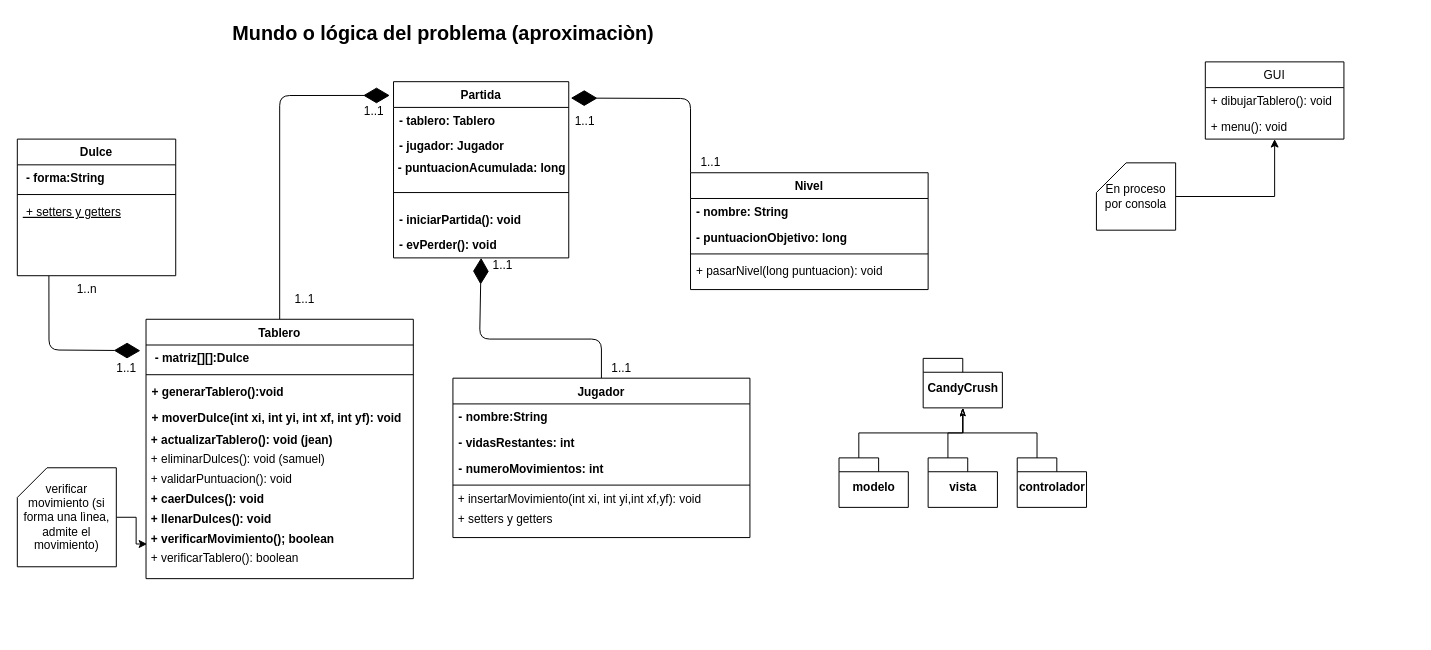
The draw.io diagram Model/CandyCrush.drawio in JeanCarlos911/candy-crush, before the edit. Source tidied: cells renumbered, new cells numbered last; positions are measured from the earlier drawing's top-left corner, leaving out a move shared by most shapes. Both pictures are drawn from the tidied source at 99%, with x=0, y=0 at pixel (17, 22).
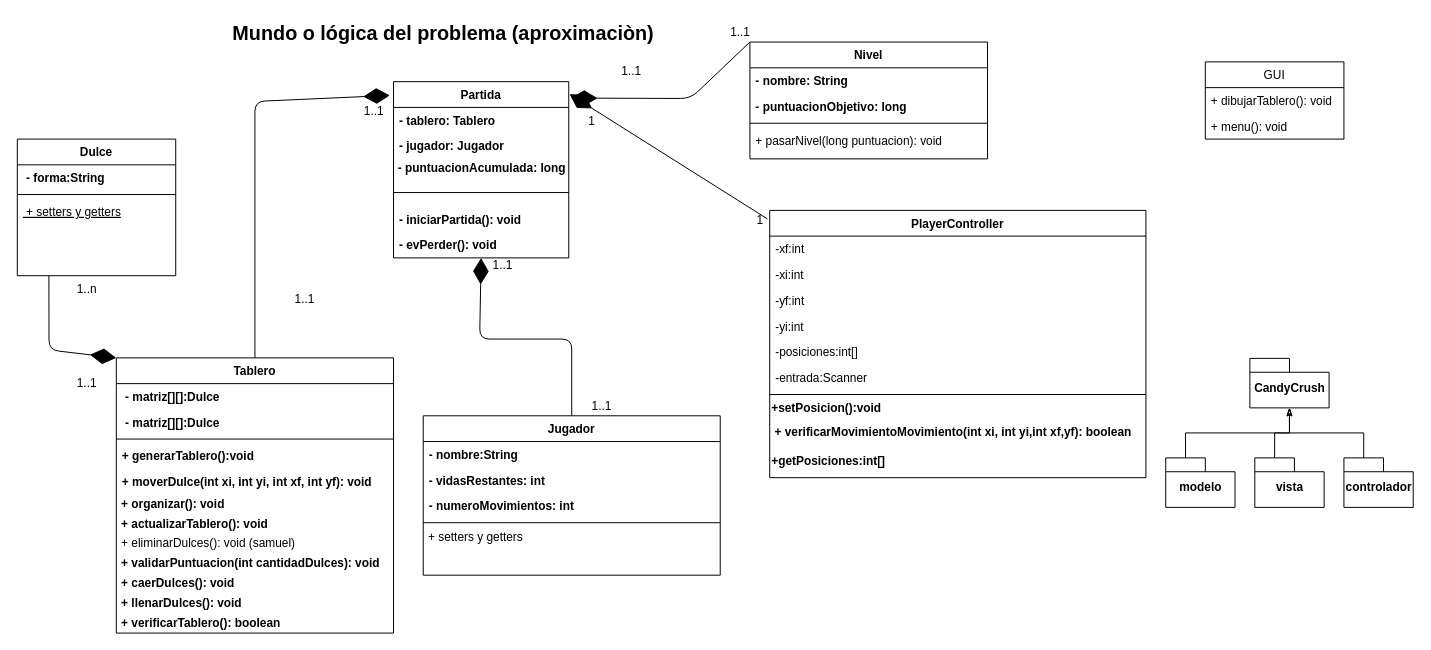
After the change.

Commit message:
Actualizacion del modelo, incluye el controlador del jugador

The change refers to these unchanged cells:
```xml
<mxCell id="3" value="Partida" style="swimlane;fontStyle=1;align=center;verticalAlign=top;horizontal=1;startSize=26;rounded=0;shadow=0;strokeWidth=1;" parent="1" vertex="1">
  <mxGeometry x="380" y="60" width="177" height="178" as="geometry" />
</mxCell>
<mxCell id="45" value="GUI" style="swimlane;fontStyle=0;horizontal=1;startSize=26;fillColor=none;" parent="1" vertex="1">
  <mxGeometry x="1200" y="40" width="140" height="78" as="geometry" />
</mxCell>
```

The edit, as a diff of the source:
```diff
@@
     <mxCell id="10" style="endArrow=diamondThin;endFill=1;endSize=24;html=1;exitX=0.5;exitY=0;exitDx=0;exitDy=0;entryX=-0.021;entryY=0.078;entryDx=0;entryDy=0;entryPerimeter=0;" parent="1" edge="1" source="24" target="3">
       <mxGeometry relative="1" as="geometry">
         <Array as="points">
-          <mxPoint x="265" y="74" />
+          <mxPoint x="240" y="80" />
         </Array>
       </mxGeometry>
     </mxCell>
@@
     <mxCell id="13" style="endArrow=diamondThin;endFill=1;endSize=24;html=1;entryX=0.5;entryY=1;entryDx=0;entryDy=0;exitX=0.5;exitY=0;exitDx=0;exitDy=0;" parent="1" edge="1" source="36" target="3">
       <mxGeometry relative="1" as="geometry">
         <Array as="points">
-          <mxPoint x="590" y="320" />
+          <mxPoint x="560" y="320" />
           <mxPoint x="467" y="320" />
         </Array>
       </mxGeometry>
     </mxCell>
     <mxCell id="14" value="1..1" style="text;html=1;align=center;verticalAlign=middle;" parent="1" vertex="1">
-      <mxGeometry x="590" y="339.5" width="40" height="20" as="geometry" />
+      <mxGeometry x="570" y="377.5" width="40" height="20" as="geometry" />
     </mxCell>
@@
-    <mxCell id="16" style="endArrow=diamondThin;endFill=1;endSize=24;html=1;exitX=0.387;exitY=1.009;exitDx=0;exitDy=0;exitPerimeter=0;entryX=-0.021;entryY=0.121;entryDx=0;entryDy=0;entryPerimeter=0;" parent="1" edge="1" target="24">
+    <mxCell id="16" style="endArrow=diamondThin;endFill=1;endSize=24;html=1;exitX=0.387;exitY=1.009;exitDx=0;exitDy=0;exitPerimeter=0;entryX=0;entryY=0;entryDx=0;entryDy=0;" parent="1" edge="1" target="24">
       <mxGeometry relative="1" as="geometry">
         <mxPoint x="31.9" y="256.2" as="sourcePoint" />
         <Array as="points">
           <mxPoint x="32" y="331" />
         </Array>
       </mxGeometry>
     </mxCell>
@@
     <mxCell id="18" value="1..1" style="text;html=1;align=center;verticalAlign=middle;" parent="1" vertex="1">
-      <mxGeometry x="90" y="339.5" width="40" height="20" as="geometry" />
+      <mxGeometry x="50" y="354.5" width="40" height="20" as="geometry" />
     </mxCell>
@@
     <mxCell id="20" value="1..1" style="text;html=1;align=center;verticalAlign=middle;" parent="1" vertex="1">
-      <mxGeometry x="553" y="90" width="40" height="20" as="geometry" />
+      <mxGeometry x="600" y="40" width="40" height="20" as="geometry" />
     </mxCell>
     <mxCell id="21" value="1..1" style="text;html=1;align=center;verticalAlign=middle;" parent="1" vertex="1">
-      <mxGeometry x="680" y="132" width="40" height="20" as="geometry" />
+      <mxGeometry x="710" width="40" height="20" as="geometry" />
     </mxCell>
-    <mxCell id="22" style="edgeStyle=orthogonalEdgeStyle;rounded=0;jettySize=auto;html=1;exitX=1;exitY=0.5;exitDx=0;exitDy=0;exitPerimeter=0;entryX=0.004;entryY=0.75;entryDx=0;entryDy=0;entryPerimeter=0;" parent="1" edge="1" source="23" target="34">
-      <mxGeometry relative="1" as="geometry" />
-    </mxCell>
-    <mxCell id="23" value="verificar movimiento (si forma una lìnea, admite el movimiento)" style="shape=card;whiteSpace=wrap;html=1;" parent="1" vertex="1">
-      <mxGeometry y="450" width="100" height="100" as="geometry" />
-    </mxCell>
-    <mxCell id="24" value="Tablero&#10;" style="swimlane;fontStyle=1;align=center;verticalAlign=top;horizontal=1;startSize=26;rounded=0;shadow=0;strokeWidth=1;" parent="1" vertex="1">
-      <mxGeometry x="130" y="300" width="270" height="262" as="geometry" />
-    </mxCell>
-    <mxCell id="25" value=" - matriz[][]:Dulce" style="text;align=left;verticalAlign=top;spacingLeft=4;spacingRight=4;overflow=hidden;fontStyle=1;" parent="24" vertex="1">
-      <mxGeometry y="26" width="270" height="26" as="geometry" />
-    </mxCell>
-    <mxCell id="26" style="line;html=1;strokeWidth=1;align=left;verticalAlign=middle;spacingTop=-1;spacingLeft=3;spacingRight=3;labelPosition=right;" parent="24" vertex="1">
-      <mxGeometry y="52" width="270" height="8" as="geometry" />
-    </mxCell>
-    <mxCell id="27" value="+ generarTablero():void" style="text;align=left;verticalAlign=top;spacingLeft=4;spacingRight=4;overflow=hidden;fontStyle=1;" parent="24" vertex="1">
-      <mxGeometry y="60" width="270" height="26" as="geometry" />
-    </mxCell>
-    <mxCell id="28" value="+ moverDulce(int xi, int yi, int xf, int yf): void" style="text;align=left;verticalAlign=top;spacingLeft=4;spacingRight=4;overflow=hidden;fontStyle=1;" parent="24" vertex="1">
-      <mxGeometry y="86" width="270" height="26" as="geometry" />
-    </mxCell>
-    <mxCell id="29" value="&lt;b&gt;&amp;nbsp;+ actualizarTablero(): void (jean)&lt;/b&gt;" style="text;html=1;align=left;verticalAlign=middle;" parent="24" vertex="1">
-      <mxGeometry y="112" width="270" height="20" as="geometry" />
-    </mxCell>
-    <mxCell id="30" value="&amp;nbsp;+ eliminarDulces(): void (samuel)" style="text;html=1;align=left;verticalAlign=middle;" parent="24" vertex="1">
-      <mxGeometry y="132" width="270" height="20" as="geometry" />
-    </mxCell>
-    <mxCell id="31" value="&amp;nbsp;+ validarPuntuacion(): void" style="text;html=1;align=left;verticalAlign=middle;" parent="24" vertex="1">
-      <mxGeometry y="152" width="270" height="20" as="geometry" />
-    </mxCell>
-    <mxCell id="32" value="&lt;b&gt;&amp;nbsp;+ caerDulces(): void&lt;/b&gt;" style="text;html=1;align=left;verticalAlign=middle;" parent="24" vertex="1">
-      <mxGeometry y="172" width="270" height="20" as="geometry" />
-    </mxCell>
-    <mxCell id="33" value="&lt;b&gt;&amp;nbsp;+ llenarDulces(): void&lt;/b&gt;" style="text;html=1;align=left;verticalAlign=middle;" parent="24" vertex="1">
-      <mxGeometry y="192" width="270" height="20" as="geometry" />
-    </mxCell>
-    <mxCell id="34" value="&lt;b&gt;&amp;nbsp;+ verificarMovimiento(); boolean&amp;nbsp;&lt;/b&gt;" style="text;html=1;align=left;verticalAlign=middle;points=[];" parent="24" vertex="1">
-      <mxGeometry y="212" width="270" height="20" as="geometry" />
-    </mxCell>
-    <mxCell id="35" value="&amp;nbsp;+ verificarTablero(): boolean" style="text;html=1;align=left;verticalAlign=middle;" parent="24" vertex="1">
-      <mxGeometry y="232" width="270" height="20" as="geometry" />
-    </mxCell>
-    <mxCell id="36" value="Jugador" style="swimlane;fontStyle=1;align=center;verticalAlign=top;horizontal=1;startSize=26;rounded=0;shadow=0;strokeWidth=1;" parent="1" vertex="1">
-      <mxGeometry x="440" y="359.5" width="300" height="161" as="geometry" />
-    </mxCell>
-    <mxCell id="37" value="- nombre:String" style="text;align=left;verticalAlign=top;spacingLeft=4;spacingRight=4;overflow=hidden;fontStyle=1;" parent="36" vertex="1">
-      <mxGeometry y="26" width="300" height="26" as="geometry" />
-    </mxCell>
-    <mxCell id="38" value="- vidasRestantes: int" style="text;align=left;verticalAlign=top;spacingLeft=4;spacingRight=4;overflow=hidden;rounded=0;shadow=0;html=0;fontStyle=1;" parent="36" vertex="1">
-      <mxGeometry y="52" width="300" height="26" as="geometry" />
-    </mxCell>
-    <mxCell id="39" value="- numeroMovimientos: int" style="text;align=left;verticalAlign=top;spacingLeft=4;spacingRight=4;overflow=hidden;rounded=0;shadow=0;html=0;fontStyle=1;" parent="36" vertex="1">
-      <mxGeometry y="78" width="300" height="26" as="geometry" />
-    </mxCell>
-    <mxCell id="40" style="line;html=1;strokeWidth=1;align=left;verticalAlign=middle;spacingTop=-1;spacingLeft=3;spacingRight=3;labelPosition=right;" parent="36" vertex="1">
-      <mxGeometry y="104" width="300" height="8" as="geometry" />
-    </mxCell>
-    <mxCell id="41" value="&amp;nbsp;+ insertarMovimiento(int xi, int yi,int xf,yf): void" style="text;html=1;align=left;verticalAlign=middle;" parent="36" vertex="1">
-      <mxGeometry y="112" width="300" height="20" as="geometry" />
-    </mxCell>
-    <mxCell id="42" value="&amp;nbsp;+ setters y getters" style="text;html=1;align=left;verticalAlign=middle;" parent="36" vertex="1">
-      <mxGeometry y="132" width="300" height="20" as="geometry" />
-    </mxCell>
-    <mxCell id="43" style="edgeStyle=orthogonalEdgeStyle;rounded=0;jettySize=auto;html=1;" parent="1" edge="1" source="44" target="45">
-      <mxGeometry relative="1" as="geometry" />
-    </mxCell>
-    <mxCell id="44" value="En proceso&lt;br&gt;por consola" style="shape=card;whiteSpace=wrap;html=1;" parent="1" vertex="1">
-      <mxGeometry x="1090" y="142" width="80" height="68" as="geometry" />
-    </mxCell>
@@
     <mxCell id="49" value="modelo" style="shape=folder;fontStyle=1;spacingTop=10;tabWidth=40;tabHeight=14;tabPosition=left;html=1;" parent="1" vertex="1">
-      <mxGeometry x="830" y="440" width="70" height="50" as="geometry" />
+      <mxGeometry x="1160" y="440" width="70" height="50" as="geometry" />
     </mxCell>
@@
     <mxCell id="51" value="vista" style="shape=folder;fontStyle=1;spacingTop=10;tabWidth=40;tabHeight=14;tabPosition=left;html=1;" parent="1" vertex="1">
-      <mxGeometry x="920" y="440" width="70" height="50" as="geometry" />
+      <mxGeometry x="1250" y="440" width="70" height="50" as="geometry" />
     </mxCell>
@@
     <mxCell id="53" value="controlador" style="shape=folder;fontStyle=1;spacingTop=10;tabWidth=40;tabHeight=14;tabPosition=left;html=1;" parent="1" vertex="1">
-      <mxGeometry x="1010" y="440" width="70" height="50" as="geometry" />
+      <mxGeometry x="1340" y="440" width="70" height="50" as="geometry" />
     </mxCell>
     <mxCell id="54" value="CandyCrush" style="shape=folder;fontStyle=1;spacingTop=10;tabWidth=40;tabHeight=14;tabPosition=left;html=1;" parent="1" vertex="1">
-      <mxGeometry x="915" y="339.5" width="80" height="50" as="geometry" />
+      <mxGeometry x="1245" y="339.5" width="80" height="50" as="geometry" />
     </mxCell>
@@
     <mxCell id="59" value="Nivel" style="swimlane;fontStyle=1;align=center;verticalAlign=top;horizontal=1;startSize=26;rounded=0;shadow=0;strokeWidth=1;" parent="1" vertex="1">
-      <mxGeometry x="680" y="152" width="240" height="118" as="geometry" />
+      <mxGeometry x="740" y="20" width="240" height="118" as="geometry" />
     </mxCell>
@@
+    <mxCell id="24" value="Tablero&#10;" style="swimlane;fontStyle=1;align=center;verticalAlign=top;horizontal=1;startSize=26;rounded=0;shadow=0;strokeWidth=1;" parent="1" vertex="1">
+      <mxGeometry x="100" y="339" width="280" height="278" as="geometry" />
+    </mxCell>
+    <mxCell id="64" value=" - matriz[][]:Dulce" style="text;align=left;verticalAlign=top;spacingLeft=4;spacingRight=4;overflow=hidden;fontStyle=1;" parent="24" vertex="1">
+      <mxGeometry y="26" width="280" height="26" as="geometry" />
+    </mxCell>
+    <mxCell id="25" value=" - matriz[][]:Dulce" style="text;align=left;verticalAlign=top;spacingLeft=4;spacingRight=4;overflow=hidden;fontStyle=1;" parent="24" vertex="1">
+      <mxGeometry y="52" width="280" height="26" as="geometry" />
+    </mxCell>
+    <mxCell id="26" style="line;html=1;strokeWidth=1;align=left;verticalAlign=middle;spacingTop=-1;spacingLeft=3;spacingRight=3;labelPosition=right;" parent="24" vertex="1">
+      <mxGeometry y="78" width="280" height="8" as="geometry" />
+    </mxCell>
+    <mxCell id="27" value="+ generarTablero():void" style="text;align=left;verticalAlign=top;spacingLeft=4;spacingRight=4;overflow=hidden;fontStyle=1;" parent="24" vertex="1">
+      <mxGeometry y="86" width="280" height="26" as="geometry" />
+    </mxCell>
+    <mxCell id="28" value="+ moverDulce(int xi, int yi, int xf, int yf): void" style="text;align=left;verticalAlign=top;spacingLeft=4;spacingRight=4;overflow=hidden;fontStyle=1;" parent="24" vertex="1">
+      <mxGeometry y="112" width="280" height="26" as="geometry" />
+    </mxCell>
+    <mxCell id="65" value="&lt;b&gt;&amp;nbsp;+ organizar(): void&lt;/b&gt;" style="text;html=1;align=left;verticalAlign=middle;" parent="24" vertex="1">
+      <mxGeometry y="138" width="280" height="20" as="geometry" />
+    </mxCell>
+    <mxCell id="29" value="&lt;b&gt;&amp;nbsp;+ actualizarTablero(): void&amp;nbsp;&lt;/b&gt;" style="text;html=1;align=left;verticalAlign=middle;" parent="24" vertex="1">
+      <mxGeometry y="158" width="280" height="20" as="geometry" />
+    </mxCell>
+    <mxCell id="30" value="&amp;nbsp;+ eliminarDulces(): void (samuel)" style="text;html=1;align=left;verticalAlign=middle;" parent="24" vertex="1">
+      <mxGeometry y="178" width="280" height="20" as="geometry" />
+    </mxCell>
+    <mxCell id="31" value="&lt;b&gt;&amp;nbsp;+ validarPuntuacion(int cantidadDulces): void&lt;/b&gt;" style="text;html=1;align=left;verticalAlign=middle;" parent="24" vertex="1">
+      <mxGeometry y="198" width="280" height="20" as="geometry" />
+    </mxCell>
+    <mxCell id="32" value="&lt;b&gt;&amp;nbsp;+ caerDulces(): void&lt;/b&gt;" style="text;html=1;align=left;verticalAlign=middle;" parent="24" vertex="1">
+      <mxGeometry y="218" width="280" height="20" as="geometry" />
+    </mxCell>
+    <mxCell id="33" value="&lt;b&gt;&amp;nbsp;+ llenarDulces(): void&lt;/b&gt;" style="text;html=1;align=left;verticalAlign=middle;" parent="24" vertex="1">
+      <mxGeometry y="238" width="280" height="20" as="geometry" />
+    </mxCell>
+    <mxCell id="35" value="&lt;b&gt;&amp;nbsp;+ verificarTablero(): boolean&lt;/b&gt;" style="text;html=1;align=left;verticalAlign=middle;" parent="24" vertex="1">
+      <mxGeometry y="258" width="280" height="20" as="geometry" />
+    </mxCell>
+    <mxCell id="36" value="Jugador" style="swimlane;fontStyle=1;align=center;verticalAlign=top;horizontal=1;startSize=26;rounded=0;shadow=0;strokeWidth=1;" parent="1" vertex="1">
+      <mxGeometry x="410" y="397.5" width="300" height="161" as="geometry" />
+    </mxCell>
+    <mxCell id="37" value="- nombre:String" style="text;align=left;verticalAlign=top;spacingLeft=4;spacingRight=4;overflow=hidden;fontStyle=1;" parent="36" vertex="1">
+      <mxGeometry y="26" width="300" height="26" as="geometry" />
+    </mxCell>
+    <mxCell id="38" value="- vidasRestantes: int" style="text;align=left;verticalAlign=top;spacingLeft=4;spacingRight=4;overflow=hidden;rounded=0;shadow=0;html=0;fontStyle=1;" parent="36" vertex="1">
+      <mxGeometry y="52" width="300" height="26" as="geometry" />
+    </mxCell>
+    <mxCell id="39" value="- numeroMovimientos: int" style="text;align=left;verticalAlign=top;spacingLeft=4;spacingRight=4;overflow=hidden;rounded=0;shadow=0;html=0;fontStyle=1;" parent="36" vertex="1">
+      <mxGeometry y="78" width="300" height="26" as="geometry" />
+    </mxCell>
+    <mxCell id="40" style="line;html=1;strokeWidth=1;align=left;verticalAlign=middle;spacingTop=-1;spacingLeft=3;spacingRight=3;labelPosition=right;" parent="36" vertex="1">
+      <mxGeometry y="104" width="300" height="8" as="geometry" />
+    </mxCell>
+    <mxCell id="42" value="&amp;nbsp;+ setters y getters" style="text;html=1;align=left;verticalAlign=middle;" parent="36" vertex="1">
+      <mxGeometry y="112" width="300" height="20" as="geometry" />
+    </mxCell>
+    <mxCell id="66" value="PlayerController" style="swimlane;fontStyle=1;align=center;verticalAlign=top;horizontal=1;startSize=26;" parent="1" vertex="1">
+      <mxGeometry x="760" y="190" width="380" height="270" as="geometry" />
+    </mxCell>
+    <mxCell id="67" value="-xf:int" style="text;strokeColor=none;fillColor=none;align=left;verticalAlign=top;spacingLeft=4;spacingRight=4;overflow=hidden;" parent="66" vertex="1">
+      <mxGeometry y="26" width="380" height="26" as="geometry" />
+    </mxCell>
+    <mxCell id="68" value="-xi:int" style="text;strokeColor=none;fillColor=none;align=left;verticalAlign=top;spacingLeft=4;spacingRight=4;overflow=hidden;" parent="66" vertex="1">
+      <mxGeometry y="52" width="380" height="26" as="geometry" />
+    </mxCell>
+    <mxCell id="69" value="-yf:int" style="text;strokeColor=none;fillColor=none;align=left;verticalAlign=top;spacingLeft=4;spacingRight=4;overflow=hidden;" parent="66" vertex="1">
+      <mxGeometry y="78" width="380" height="26" as="geometry" />
+    </mxCell>
+    <mxCell id="70" value="-yi:int" style="text;strokeColor=none;fillColor=none;align=left;verticalAlign=top;spacingLeft=4;spacingRight=4;overflow=hidden;" parent="66" vertex="1">
+      <mxGeometry y="104" width="380" height="26" as="geometry" />
+    </mxCell>
+    <mxCell id="71" value="-posiciones:int[]" style="text;strokeColor=none;fillColor=none;align=left;verticalAlign=top;spacingLeft=4;spacingRight=4;overflow=hidden;" parent="66" vertex="1">
+      <mxGeometry y="130" width="380" height="26" as="geometry" />
+    </mxCell>
+    <mxCell id="72" value="-entrada:Scanner" style="text;strokeColor=none;fillColor=none;align=left;verticalAlign=top;spacingLeft=4;spacingRight=4;overflow=hidden;" parent="66" vertex="1">
+      <mxGeometry y="156" width="380" height="26" as="geometry" />
+    </mxCell>
+    <mxCell id="73" style="line;strokeWidth=1;fillColor=none;align=left;verticalAlign=middle;spacingTop=-1;spacingLeft=3;spacingRight=3;labelPosition=right;" parent="66" vertex="1">
+      <mxGeometry y="182" width="380" height="8" as="geometry" />
+    </mxCell>
+    <mxCell id="74" value="&lt;b&gt;+setPosicion():void&lt;/b&gt;" style="text;html=1;align=left;verticalAlign=middle;" parent="66" vertex="1">
+      <mxGeometry y="190" width="380" height="20" as="geometry" />
+    </mxCell>
+    <mxCell id="75" value="&lt;span style=&quot;font-family: &amp;#34;helvetica&amp;#34; ; font-size: 12px ; font-style: normal ; letter-spacing: normal ; text-align: left ; text-indent: 0px ; text-transform: none ; word-spacing: 0px ; float: none ; display: inline&quot;&gt;&lt;b&gt;&amp;nbsp;+ verificarMovimientoMovimiento(int xi, int yi,int xf,yf): boolean&lt;/b&gt;&lt;/span&gt;" style="text;whiteSpace=wrap;html=1;" parent="66" vertex="1">
+      <mxGeometry y="210" width="380" height="30" as="geometry" />
+    </mxCell>
+    <mxCell id="76" value="&lt;span style=&quot;font-family: &amp;#34;helvetica&amp;#34; ; font-size: 12px ; font-style: normal ; letter-spacing: normal ; text-align: left ; text-indent: 0px ; text-transform: none ; word-spacing: 0px ; float: none ; display: inline&quot;&gt;&lt;b&gt;+getPosiciones:int[]&lt;/b&gt;&lt;/span&gt;" style="text;whiteSpace=wrap;html=1;" parent="66" vertex="1">
+      <mxGeometry y="240" width="380" height="30" as="geometry" />
+    </mxCell>
+    <mxCell id="77" style="endArrow=diamondThin;endFill=1;endSize=24;html=1;entryX=1.005;entryY=0.071;entryDx=0;entryDy=0;entryPerimeter=0;exitX=-0.006;exitY=0.032;exitDx=0;exitDy=0;exitPerimeter=0;" parent="1" edge="1" source="66" target="3">
+      <mxGeometry relative="1" as="geometry" />
+    </mxCell>
+    <mxCell id="78" value="1" style="text;html=1;align=center;verticalAlign=middle;" parent="1" vertex="1">
+      <mxGeometry x="570" y="90" width="20" height="20" as="geometry" />
+    </mxCell>
+    <mxCell id="79" value="1" style="text;html=1;align=center;verticalAlign=middle;" parent="1" vertex="1">
+      <mxGeometry x="740" y="190" width="20" height="20" as="geometry" />
+    </mxCell>
```
